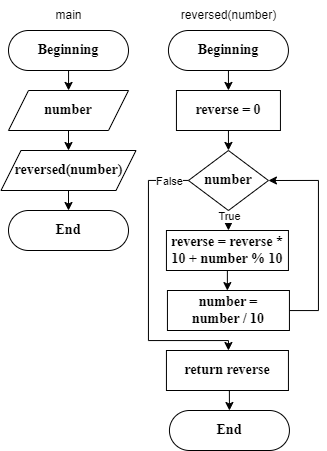
The draw.io diagram flowchart3.png in FearlessAtom/Lab16, before a commit. Source tidied: cells renumbered, new cells last; positions are measured from the earlier drawing's top-left corner, leaving out a move shared by most shapes. Source of this version:
```xml
<mxGraphModel>
  <root>
    <mxCell id="0" />
    <mxCell id="1" parent="0" />
    <mxCell id="2" style="edgeStyle=orthogonalEdgeStyle;rounded=0;jettySize=auto;html=1;" parent="1" edge="1" source="3">
      <mxGeometry relative="1" as="geometry">
        <mxPoint x="68" y="90" as="targetPoint" />
      </mxGeometry>
    </mxCell>
    <mxCell id="3" value="Beginning" style="rounded=1;whiteSpace=wrap;html=1;fontSize=14;glass=0;strokeWidth=1;shadow=0;arcSize=50;fontStyle=1;fontFamily=Times New Roman;" parent="1" vertex="1">
      <mxGeometry x="8" y="30" width="120" height="40" as="geometry" />
    </mxCell>
    <mxCell id="4" style="edgeStyle=orthogonalEdgeStyle;rounded=0;jettySize=auto;html=1;exitX=0.5;exitY=1;exitDx=0;exitDy=0;entryX=0.5;entryY=0;entryDx=0;entryDy=0;" parent="1" edge="1" source="5" target="7">
      <mxGeometry relative="1" as="geometry" />
    </mxCell>
    <mxCell id="5" value="number" style="shape=parallelogram;perimeter=parallelogramPerimeter;whiteSpace=wrap;html=1;fixedSize=1;fontStyle=1;fontFamily=Times New Roman;fontSize=14;" parent="1" vertex="1">
      <mxGeometry x="8" y="90" width="120" height="40" as="geometry" />
    </mxCell>
    <mxCell id="6" style="edgeStyle=orthogonalEdgeStyle;rounded=0;jettySize=auto;html=1;exitX=0.5;exitY=1;exitDx=0;exitDy=0;entryX=0.5;entryY=0;entryDx=0;entryDy=0;" parent="1" edge="1" source="7" target="8">
      <mxGeometry relative="1" as="geometry" />
    </mxCell>
    <mxCell id="7" value="reversed(number)" style="shape=parallelogram;perimeter=parallelogramPerimeter;whiteSpace=wrap;html=1;fixedSize=1;fontStyle=1;fontFamily=Times New Roman;fontSize=14;" parent="1" vertex="1">
      <mxGeometry x="0.5" y="150" width="135" height="40" as="geometry" />
    </mxCell>
    <mxCell id="8" value="End" style="rounded=1;whiteSpace=wrap;html=1;fontSize=14;glass=0;strokeWidth=1;shadow=0;arcSize=50;fontStyle=1;fontFamily=Times New Roman;" parent="1" vertex="1">
      <mxGeometry x="8" y="210" width="120" height="40" as="geometry" />
    </mxCell>
    <mxCell id="9" style="edgeStyle=orthogonalEdgeStyle;rounded=0;jettySize=auto;html=1;" parent="1" edge="1" source="10">
      <mxGeometry relative="1" as="geometry">
        <mxPoint x="227.9" y="90" as="targetPoint" />
      </mxGeometry>
    </mxCell>
    <mxCell id="10" value="Beginning" style="rounded=1;whiteSpace=wrap;html=1;fontSize=14;glass=0;strokeWidth=1;shadow=0;arcSize=50;fontStyle=1;fontFamily=Times New Roman;" parent="1" vertex="1">
      <mxGeometry x="167.9" y="30" width="120" height="40" as="geometry" />
    </mxCell>
    <mxCell id="11" value="main" style="text;html=1;align=center;verticalAlign=middle;strokeColor=none;fillColor=none;" parent="1" vertex="1">
      <mxGeometry x="43" width="50" height="30" as="geometry" />
    </mxCell>
    <mxCell id="12" value="reversed(number)" style="text;html=1;align=center;verticalAlign=middle;strokeColor=none;fillColor=none;" parent="1" vertex="1">
      <mxGeometry x="167.9" width="120" height="30" as="geometry" />
    </mxCell>
    <mxCell id="13" style="edgeStyle=orthogonalEdgeStyle;rounded=0;jettySize=auto;html=1;" parent="1" edge="1" source="14">
      <mxGeometry relative="1" as="geometry">
        <mxPoint x="227.9" y="150" as="targetPoint" />
      </mxGeometry>
    </mxCell>
    <mxCell id="14" value="reverse = 0" style="rounded=0;whiteSpace=wrap;html=1;fontStyle=1;fontFamily=Times New Roman;fontSize=14;" parent="1" vertex="1">
      <mxGeometry x="175.9" y="90" width="104" height="40" as="geometry" />
    </mxCell>
    <mxCell id="15" style="edgeStyle=orthogonalEdgeStyle;rounded=0;jettySize=auto;html=1;" parent="1" edge="1" source="19">
      <mxGeometry relative="1" as="geometry">
        <mxPoint x="227.9" y="230" as="targetPoint" />
      </mxGeometry>
    </mxCell>
    <mxCell id="16" value="True" style="edgeLabel;html=1;align=center;verticalAlign=middle;" parent="15" vertex="1">
      <mxGeometry x="-0.42" y="-1" relative="1" as="geometry">
        <mxPoint x="1" as="offset" />
      </mxGeometry>
    </mxCell>
    <mxCell id="17" style="edgeStyle=orthogonalEdgeStyle;rounded=0;jettySize=auto;html=1;" parent="1" edge="1" source="19">
      <mxGeometry relative="1" as="geometry">
        <mxPoint x="227.9" y="350" as="targetPoint" />
        <Array as="points">
          <mxPoint x="147.9" y="180" />
          <mxPoint x="147.9" y="340" />
          <mxPoint x="227.9" y="340" />
        </Array>
      </mxGeometry>
    </mxCell>
    <mxCell id="18" value="False" style="edgeLabel;html=1;align=center;verticalAlign=middle;" parent="17" vertex="1">
      <mxGeometry x="-0.86" relative="1" as="geometry" />
    </mxCell>
    <mxCell id="19" value="number" style="rhombus;whiteSpace=wrap;html=1;fontStyle=1;fontFamily=Times New Roman;fontSize=14;" parent="1" vertex="1">
      <mxGeometry x="187.9" y="150" width="80" height="60" as="geometry" />
    </mxCell>
    <mxCell id="20" style="edgeStyle=orthogonalEdgeStyle;rounded=0;jettySize=auto;html=1;" parent="1" edge="1" source="21">
      <mxGeometry relative="1" as="geometry">
        <mxPoint x="226.9" y="290" as="targetPoint" />
      </mxGeometry>
    </mxCell>
    <mxCell id="21" value="reverse = reverse * 10 + number % 10" style="rounded=0;whiteSpace=wrap;html=1;fontStyle=1;fontFamily=Times New Roman;fontSize=14;" parent="1" vertex="1">
      <mxGeometry x="165.9" y="230" width="122" height="40" as="geometry" />
    </mxCell>
    <mxCell id="22" style="edgeStyle=orthogonalEdgeStyle;rounded=0;jettySize=auto;html=1;entryX=1;entryY=0.5;entryDx=0;entryDy=0;" parent="1" edge="1" source="23" target="19">
      <mxGeometry relative="1" as="geometry">
        <Array as="points">
          <mxPoint x="317.9" y="310" />
          <mxPoint x="317.9" y="180" />
        </Array>
      </mxGeometry>
    </mxCell>
    <mxCell id="23" value="number = &lt;br&gt;number / 10" style="rounded=0;whiteSpace=wrap;html=1;fontStyle=1;fontFamily=Times New Roman;fontSize=14;" parent="1" vertex="1">
      <mxGeometry x="166.9" y="290" width="122" height="40" as="geometry" />
    </mxCell>
    <mxCell id="24" style="edgeStyle=orthogonalEdgeStyle;rounded=0;jettySize=auto;html=1;exitX=0.5;exitY=1;exitDx=0;exitDy=0;entryX=0.5;entryY=0;entryDx=0;entryDy=0;" parent="1" edge="1" source="25" target="26">
      <mxGeometry relative="1" as="geometry" />
    </mxCell>
    <mxCell id="25" value="return reverse" style="rounded=0;whiteSpace=wrap;html=1;fontStyle=1;fontFamily=Times New Roman;fontSize=14;" parent="1" vertex="1">
      <mxGeometry x="165.9" y="350" width="122" height="40" as="geometry" />
    </mxCell>
    <mxCell id="26" value="End" style="rounded=1;whiteSpace=wrap;html=1;fontSize=14;glass=0;strokeWidth=1;shadow=0;arcSize=50;fontStyle=1;fontFamily=Times New Roman;" parent="1" vertex="1">
      <mxGeometry x="168.9" y="410" width="120" height="40" as="geometry" />
    </mxCell>
  </root>
</mxGraphModel>
```
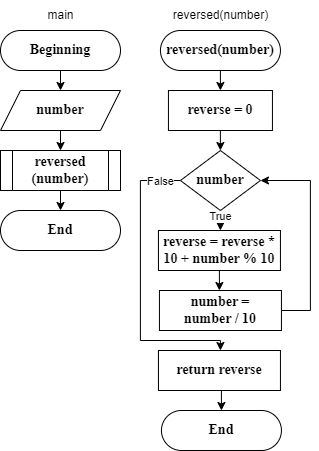
After the change.

Diff of the diagram source:
```diff
@@ -10,18 +10,19 @@
     <mxCell id="3" value="Beginning" style="rounded=1;whiteSpace=wrap;html=1;fontSize=14;glass=0;strokeWidth=1;shadow=0;arcSize=50;fontStyle=1;fontFamily=Times New Roman;" parent="1" vertex="1">
       <mxGeometry x="8" y="30" width="120" height="40" as="geometry" />
     </mxCell>
-    <mxCell id="4" style="edgeStyle=orthogonalEdgeStyle;rounded=0;jettySize=auto;html=1;exitX=0.5;exitY=1;exitDx=0;exitDy=0;entryX=0.5;entryY=0;entryDx=0;entryDy=0;" parent="1" edge="1" source="5" target="7">
-      <mxGeometry relative="1" as="geometry" />
+    <mxCell id="4" style="edgeStyle=orthogonalEdgeStyle;rounded=0;jettySize=auto;html=1;exitX=0.5;exitY=1;exitDx=0;exitDy=0;entryX=0.5;entryY=0;entryDx=0;entryDy=0;" parent="1" edge="1" source="5">
+      <mxGeometry relative="1" as="geometry">
+        <mxPoint x="68" y="150" as="targetPoint" />
+      </mxGeometry>
     </mxCell>
     <mxCell id="5" value="number" style="shape=parallelogram;perimeter=parallelogramPerimeter;whiteSpace=wrap;html=1;fixedSize=1;fontStyle=1;fontFamily=Times New Roman;fontSize=14;" parent="1" vertex="1">
       <mxGeometry x="8" y="90" width="120" height="40" as="geometry" />
     </mxCell>
-    <mxCell id="6" style="edgeStyle=orthogonalEdgeStyle;rounded=0;jettySize=auto;html=1;exitX=0.5;exitY=1;exitDx=0;exitDy=0;entryX=0.5;entryY=0;entryDx=0;entryDy=0;" parent="1" edge="1" source="7" target="8">
-      <mxGeometry relative="1" as="geometry" />
+    <mxCell id="6" style="edgeStyle=orthogonalEdgeStyle;rounded=0;jettySize=auto;html=1;exitX=0.5;exitY=1;exitDx=0;exitDy=0;entryX=0.5;entryY=0;entryDx=0;entryDy=0;" parent="1" edge="1" target="8">
+      <mxGeometry relative="1" as="geometry">
+        <mxPoint x="68" y="190" as="sourcePoint" />
+      </mxGeometry>
     </mxCell>
-    <mxCell id="7" value="reversed(number)" style="shape=parallelogram;perimeter=parallelogramPerimeter;whiteSpace=wrap;html=1;fixedSize=1;fontStyle=1;fontFamily=Times New Roman;fontSize=14;" parent="1" vertex="1">
-      <mxGeometry x="0.5" y="150" width="135" height="40" as="geometry" />
-    </mxCell>
     <mxCell id="8" value="End" style="rounded=1;whiteSpace=wrap;html=1;fontSize=14;glass=0;strokeWidth=1;shadow=0;arcSize=50;fontStyle=1;fontFamily=Times New Roman;" parent="1" vertex="1">
       <mxGeometry x="8" y="210" width="120" height="40" as="geometry" />
     </mxCell>
@@ -30,7 +31,7 @@
         <mxPoint x="227.9" y="90" as="targetPoint" />
       </mxGeometry>
     </mxCell>
-    <mxCell id="10" value="Beginning" style="rounded=1;whiteSpace=wrap;html=1;fontSize=14;glass=0;strokeWidth=1;shadow=0;arcSize=50;fontStyle=1;fontFamily=Times New Roman;" parent="1" vertex="1">
+    <mxCell id="10" value="reversed(number)" style="rounded=1;whiteSpace=wrap;html=1;fontSize=14;glass=0;strokeWidth=1;shadow=0;arcSize=50;fontStyle=1;fontFamily=Times New Roman;" parent="1" vertex="1">
       <mxGeometry x="167.9" y="30" width="120" height="40" as="geometry" />
     </mxCell>
     <mxCell id="11" value="main" style="text;html=1;align=center;verticalAlign=middle;strokeColor=none;fillColor=none;" parent="1" vertex="1">
@@ -101,5 +102,8 @@
     <mxCell id="26" value="End" style="rounded=1;whiteSpace=wrap;html=1;fontSize=14;glass=0;strokeWidth=1;shadow=0;arcSize=50;fontStyle=1;fontFamily=Times New Roman;" parent="1" vertex="1">
       <mxGeometry x="168.9" y="410" width="120" height="40" as="geometry" />
     </mxCell>
+    <mxCell id="27" value="reversed&lt;br&gt;(number)" style="shape=process;whiteSpace=wrap;html=1;backgroundOutline=1;fontStyle=1;fontFamily=Times New Roman;fontSize=14;" parent="1" vertex="1">
+      <mxGeometry x="8" y="150" width="120" height="40" as="geometry" />
+    </mxCell>
   </root>
 </mxGraphModel>
```
